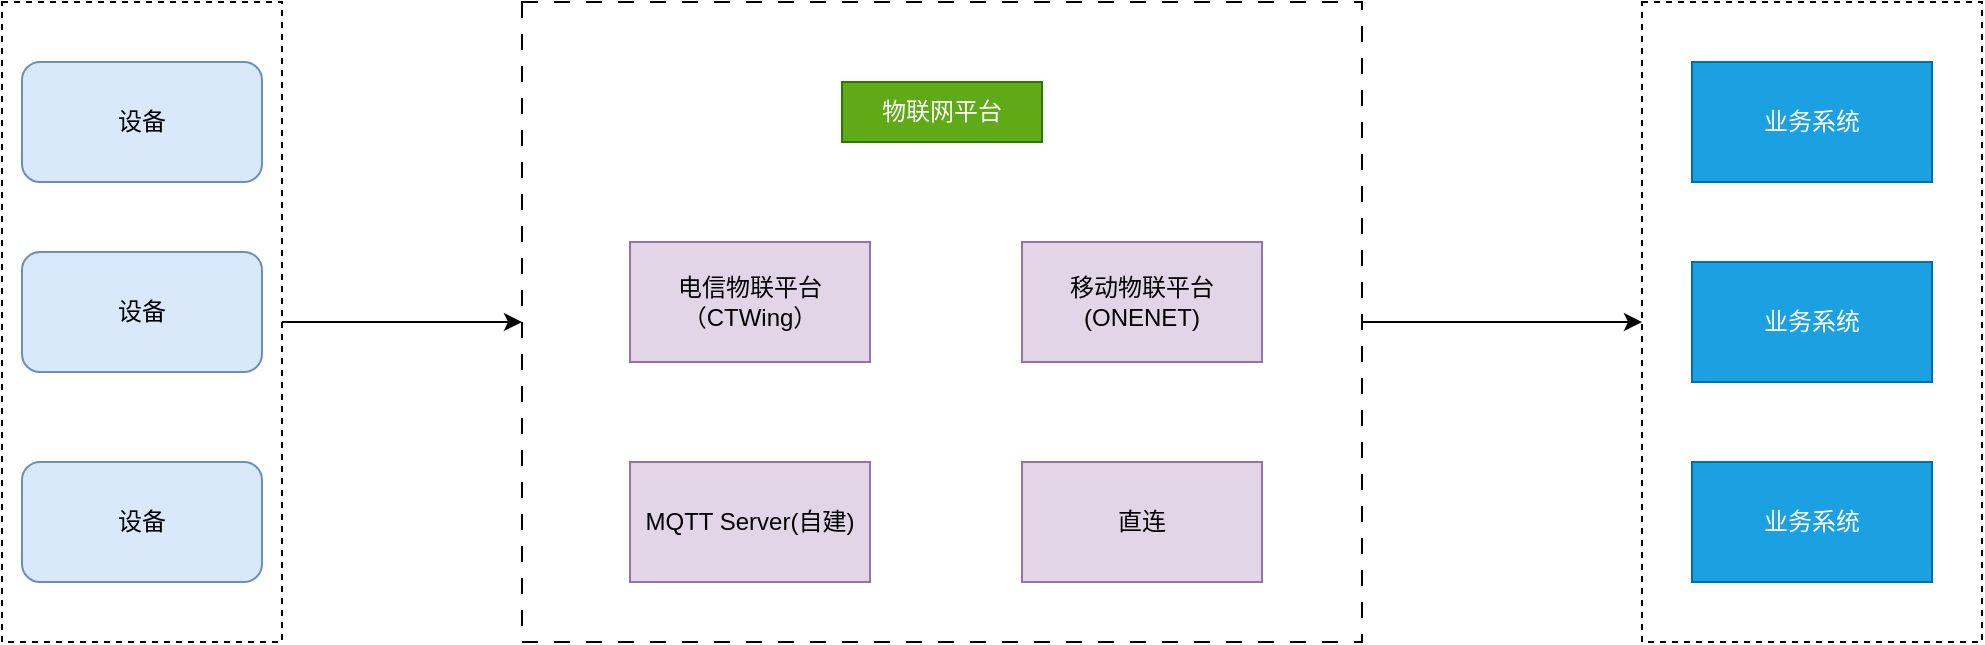
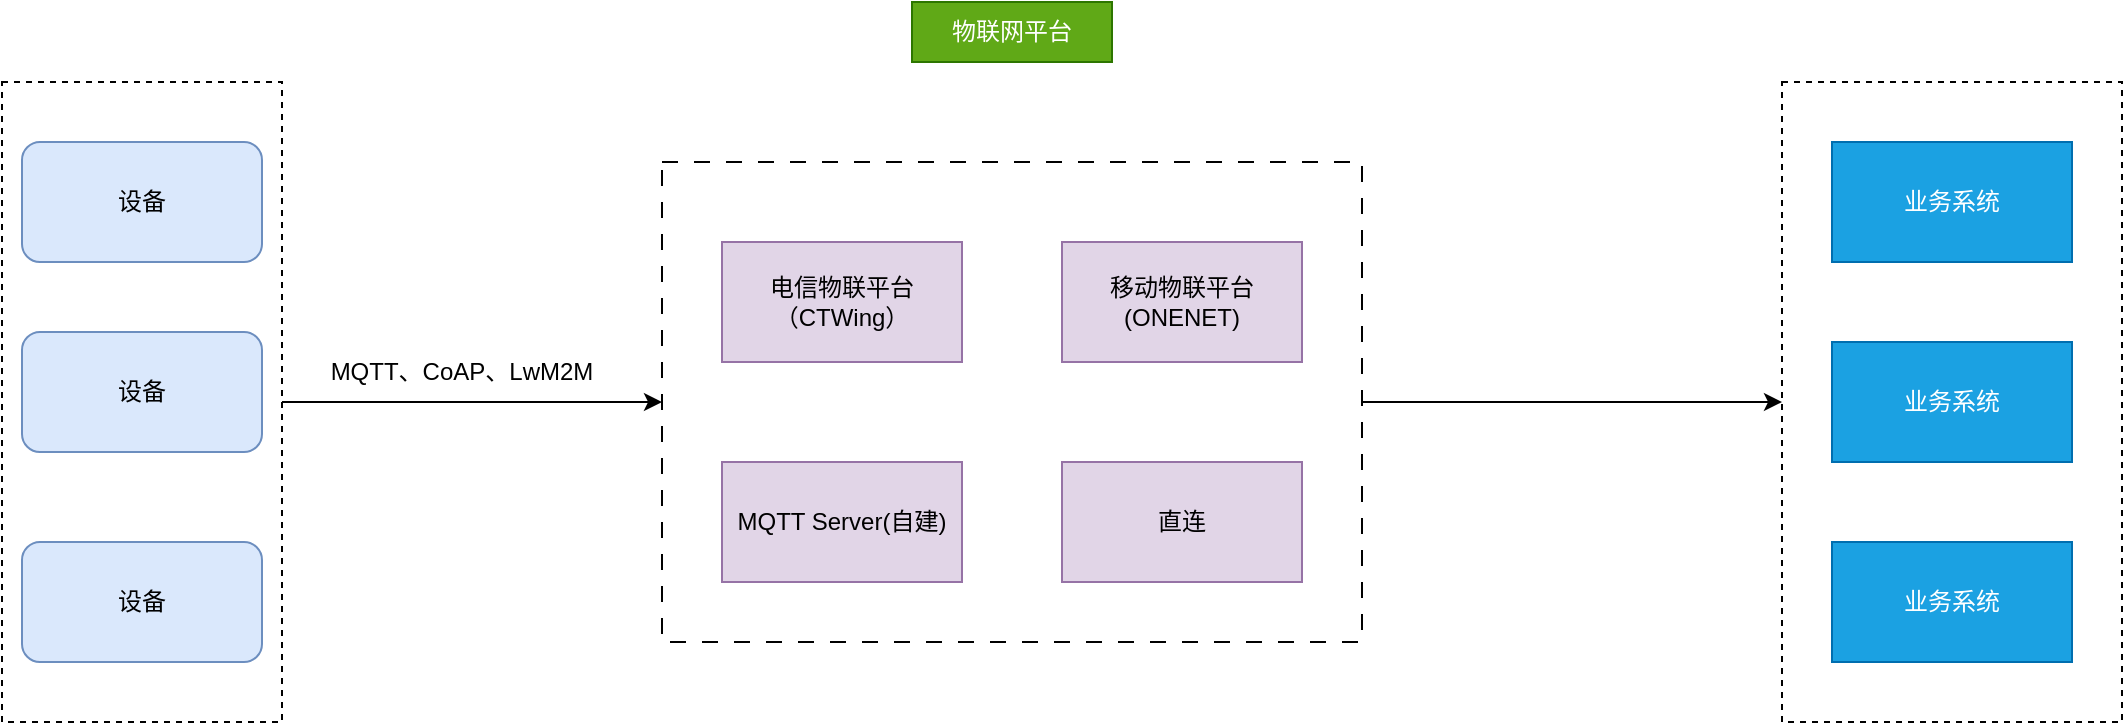
<mxfile host="app.diagrams.net" agent="Mozilla/5.0 (Windows NT 10.0; Win64; x64) AppleWebKit/537.36 (KHTML, like Gecko) Chrome/146.0.0.0 Safari/537.36 Edg/146.0.0.0" version="29.6.0">
  <diagram name="第 1 页" id="v3YUo2CS8SvW5dB6VCmP">
    <mxGraphModel dx="2058" dy="1106" grid="1" gridSize="10" guides="1" tooltips="1" connect="1" arrows="1" fold="1" page="1" pageScale="1" pageWidth="827" pageHeight="1169" math="0" shadow="0">
      <root>
        <mxCell id="0" />
        <mxCell id="1" parent="0" />
        <mxCell id="LlqKXtfbUc08KF6wca09-7" parent="1" style="rounded=0;whiteSpace=wrap;html=1;dashed=1;" value="" vertex="1">
-           <mxGeometry height="320" width="170" x="920" y="200" as="geometry" />
+           <mxGeometry height="320" width="170" x="950" y="200" as="geometry" />
        </mxCell>
        <mxCell id="LlqKXtfbUc08KF6wca09-5" edge="1" parent="1" source="SnEuOwe-7pzeBIlmCbed-8" style="edgeStyle=orthogonalEdgeStyle;rounded=0;orthogonalLoop=1;jettySize=auto;html=1;exitX=1;exitY=0.5;exitDx=0;exitDy=0;entryX=0;entryY=0.5;entryDx=0;entryDy=0;" target="SnEuOwe-7pzeBIlmCbed-1">
          <mxGeometry relative="1" as="geometry" />
        </mxCell>
        <mxCell id="SnEuOwe-7pzeBIlmCbed-8" parent="1" style="rounded=0;whiteSpace=wrap;html=1;dashed=1;" value="" vertex="1">
-           <mxGeometry height="320" width="140" x="100" y="200" as="geometry" />
+           <mxGeometry height="320" width="140" x="60" y="200" as="geometry" />
        </mxCell>
        <mxCell id="LlqKXtfbUc08KF6wca09-8" edge="1" parent="1" source="SnEuOwe-7pzeBIlmCbed-1" style="edgeStyle=orthogonalEdgeStyle;rounded=0;orthogonalLoop=1;jettySize=auto;html=1;exitX=1;exitY=0.5;exitDx=0;exitDy=0;entryX=0;entryY=0.5;entryDx=0;entryDy=0;" target="LlqKXtfbUc08KF6wca09-7">
          <mxGeometry relative="1" as="geometry" />
        </mxCell>
        <mxCell id="SnEuOwe-7pzeBIlmCbed-1" parent="1" style="rounded=0;whiteSpace=wrap;html=1;dashed=1;dashPattern=8 8;" value="" vertex="1">
-           <mxGeometry height="320" width="420" x="360" y="200" as="geometry" />
+           <mxGeometry height="240" width="350" x="390" y="240" as="geometry" />
        </mxCell>
        <mxCell id="SnEuOwe-7pzeBIlmCbed-2" parent="1" style="rounded=0;whiteSpace=wrap;html=1;fillColor=#1ba1e2;fontColor=#ffffff;strokeColor=#006EAF;" value="业务系统" vertex="1">
-           <mxGeometry height="60" width="120" x="945" y="230" as="geometry" />
+           <mxGeometry height="60" width="120" x="975" y="230" as="geometry" />
        </mxCell>
        <mxCell id="SnEuOwe-7pzeBIlmCbed-3" parent="1" style="rounded=0;whiteSpace=wrap;html=1;fillColor=#1ba1e2;fontColor=#ffffff;strokeColor=#006EAF;" value="业务系统" vertex="1">
-           <mxGeometry height="60" width="120" x="945" y="330" as="geometry" />
+           <mxGeometry height="60" width="120" x="975" y="330" as="geometry" />
        </mxCell>
        <mxCell id="SnEuOwe-7pzeBIlmCbed-4" parent="1" style="rounded=0;whiteSpace=wrap;html=1;fillColor=#1ba1e2;fontColor=#ffffff;strokeColor=#006EAF;" value="业务系统" vertex="1">
-           <mxGeometry height="60" width="120" x="945" y="430" as="geometry" />
+           <mxGeometry height="60" width="120" x="975" y="430" as="geometry" />
        </mxCell>
        <mxCell id="SnEuOwe-7pzeBIlmCbed-5" parent="1" style="rounded=1;whiteSpace=wrap;html=1;fillColor=#dae8fc;strokeColor=#6c8ebf;" value="设备" vertex="1">
-           <mxGeometry height="60" width="120" x="110" y="230" as="geometry" />
+           <mxGeometry height="60" width="120" x="70" y="230" as="geometry" />
        </mxCell>
        <mxCell id="SnEuOwe-7pzeBIlmCbed-6" parent="1" style="rounded=1;whiteSpace=wrap;html=1;fillColor=#dae8fc;strokeColor=#6c8ebf;" value="设备" vertex="1">
-           <mxGeometry height="60" width="120" x="110" y="325" as="geometry" />
+           <mxGeometry height="60" width="120" x="70" y="325" as="geometry" />
        </mxCell>
        <mxCell id="SnEuOwe-7pzeBIlmCbed-7" parent="1" style="rounded=1;whiteSpace=wrap;html=1;fillColor=#dae8fc;strokeColor=#6c8ebf;" value="设备" vertex="1">
-           <mxGeometry height="60" width="120" x="110" y="430" as="geometry" />
+           <mxGeometry height="60" width="120" x="70" y="430" as="geometry" />
        </mxCell>
        <mxCell id="LlqKXtfbUc08KF6wca09-1" parent="1" style="rounded=0;whiteSpace=wrap;html=1;fillColor=#e1d5e7;strokeColor=#9673a6;" value="电信物联平台（CTWing）" vertex="1">
-           <mxGeometry height="60" width="120" x="414" y="320" as="geometry" />
+           <mxGeometry height="60" width="120" x="420" y="280" as="geometry" />
        </mxCell>
        <mxCell id="LlqKXtfbUc08KF6wca09-2" parent="1" style="rounded=0;whiteSpace=wrap;html=1;fillColor=#e1d5e7;strokeColor=#9673a6;" value="移动物联平台(ONENET)" vertex="1">
-           <mxGeometry height="60" width="120" x="610" y="320" as="geometry" />
+           <mxGeometry height="60" width="120" x="590" y="280" as="geometry" />
        </mxCell>
        <mxCell id="LlqKXtfbUc08KF6wca09-3" parent="1" style="rounded=0;whiteSpace=wrap;html=1;fillColor=#e1d5e7;strokeColor=#9673a6;" value="MQTT Server(自建)" vertex="1">
-           <mxGeometry height="60" width="120" x="414" y="430" as="geometry" />
+           <mxGeometry height="60" width="120" x="420" y="390" as="geometry" />
        </mxCell>
        <mxCell id="LlqKXtfbUc08KF6wca09-4" parent="1" style="rounded=0;whiteSpace=wrap;html=1;fillColor=#e1d5e7;strokeColor=#9673a6;" value="直连" vertex="1">
-           <mxGeometry height="60" width="120" x="610" y="430" as="geometry" />
+           <mxGeometry height="60" width="120" x="590" y="390" as="geometry" />
        </mxCell>
        <mxCell id="LlqKXtfbUc08KF6wca09-9" parent="1" style="text;html=1;whiteSpace=wrap;strokeColor=#2D7600;fillColor=#60a917;align=center;verticalAlign=middle;rounded=0;fontColor=#ffffff;" value="物联网平台" vertex="1">
-           <mxGeometry height="30" width="100" x="520" y="240" as="geometry" />
+           <mxGeometry height="30" width="100" x="515" y="160" as="geometry" />
+         </mxCell>
+         <mxCell id="LlqKXtfbUc08KF6wca09-10" parent="1" style="text;html=1;whiteSpace=wrap;strokeColor=none;fillColor=none;align=center;verticalAlign=middle;rounded=0;" value="MQTT、CoAP、LwM2M" vertex="1">
+           <mxGeometry height="50" width="280" x="150" y="320" as="geometry" />
        </mxCell>
      </root>
    </mxGraphModel>
  </diagram>
</mxfile>
